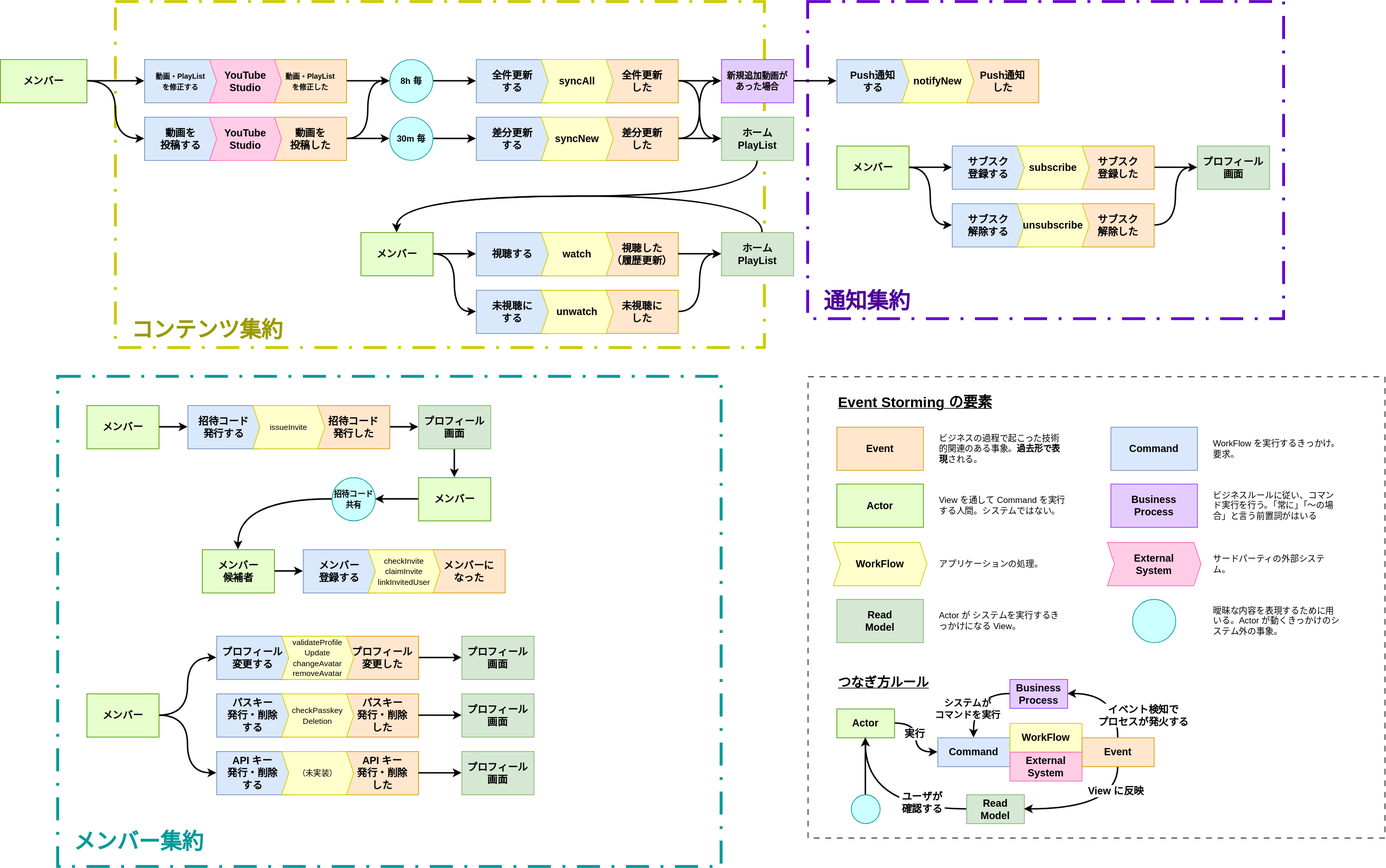
This is event_storming.drawio.svg from nw-union/soko, a draw.io export, as it was before one commit. Source tidied: cells renumbered, new cells last; positions are measured from the earlier drawing's top-left corner, leaving out a move shared by most shapes.
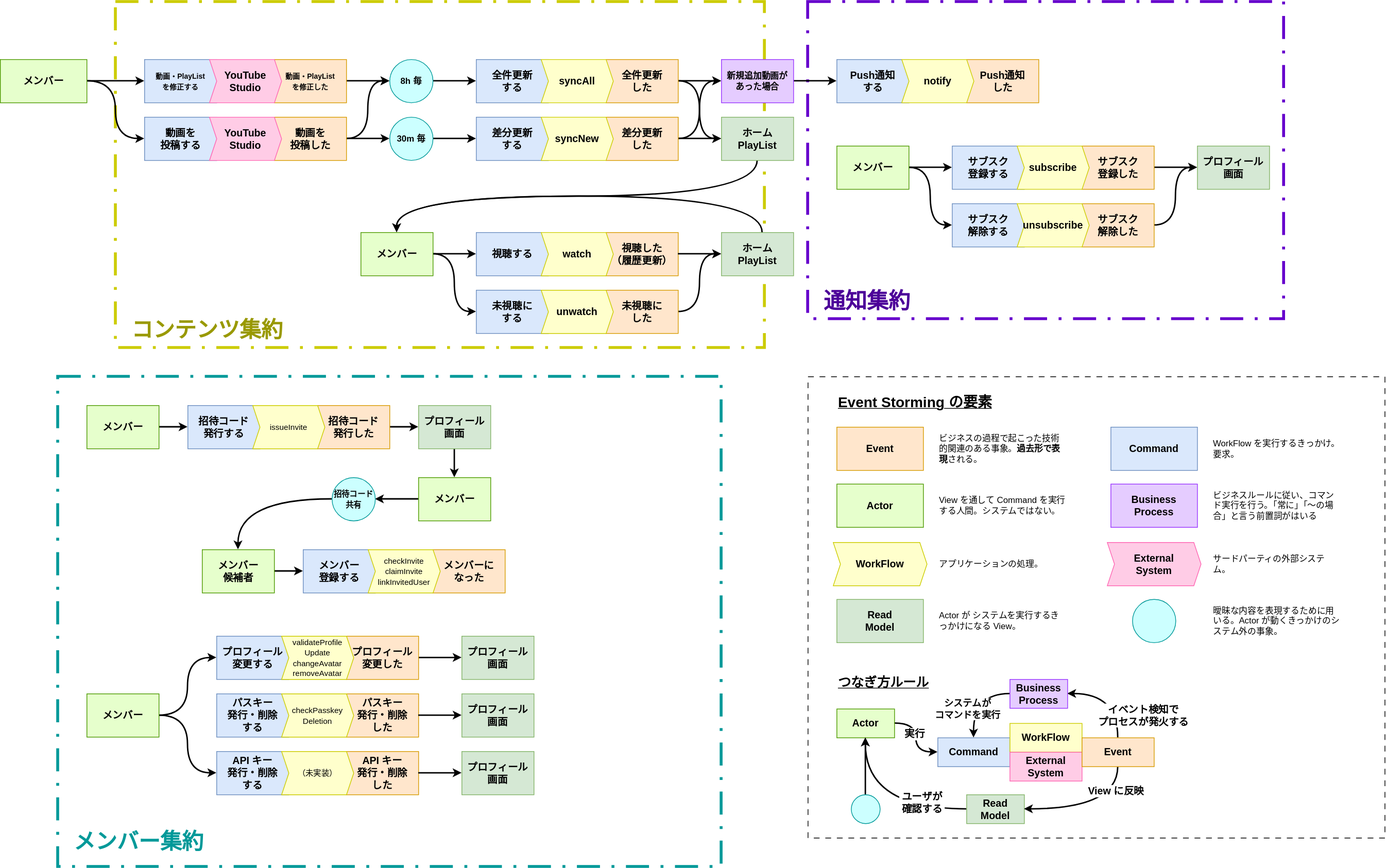
After the change.

Commit message:
Notification のユースケース名を notifyNew → notify に変更 (#40)

The edit, as a diff of the source:
```diff
@@ -184,7 +184,7 @@
     <mxCell id="59" value="&lt;span style=&quot;font-size: 14px;&quot;&gt;&lt;b&gt;Push通知&lt;/b&gt;&lt;/span&gt;&lt;div&gt;&lt;span style=&quot;font-size: 14px;&quot;&gt;&lt;b&gt;する&lt;/b&gt;&lt;/span&gt;&lt;/div&gt;" style="rounded=0;whiteSpace=wrap;html=1;fillColor=#dae8fc;strokeColor=#6c8ebf;" parent="1" vertex="1">
       <mxGeometry x="1160" y="80" width="100" height="60" as="geometry" />
     </mxCell>
-    <mxCell id="60" value="&lt;font style=&quot;font-size: 14px;&quot;&gt;&lt;b&gt;notifyNew&lt;/b&gt;&lt;/font&gt;" style="shape=step;perimeter=stepPerimeter;whiteSpace=wrap;html=1;fixedSize=1;fillColor=#FFFFCC;strokeColor=#CCCC00;size=10;" parent="1" vertex="1">
+    <mxCell id="60" value="&lt;font style=&quot;font-size: 14px;&quot;&gt;&lt;b&gt;notify&lt;/b&gt;&lt;/font&gt;" style="shape=step;perimeter=stepPerimeter;whiteSpace=wrap;html=1;fixedSize=1;fillColor=#FFFFCC;strokeColor=#CCCC00;size=10;" parent="1" vertex="1">
       <mxGeometry x="1250" y="80" width="100" height="60" as="geometry" />
     </mxCell>
     <mxCell id="61" style="edgeStyle=orthogonalEdgeStyle;rounded=0;jettySize=auto;html=1;entryX=0;entryY=0.5;entryDx=0;entryDy=0;defaultLabelBackgroundColor=page;strokeWidth=2;" parent="1" edge="1" source="123" target="59">
```
